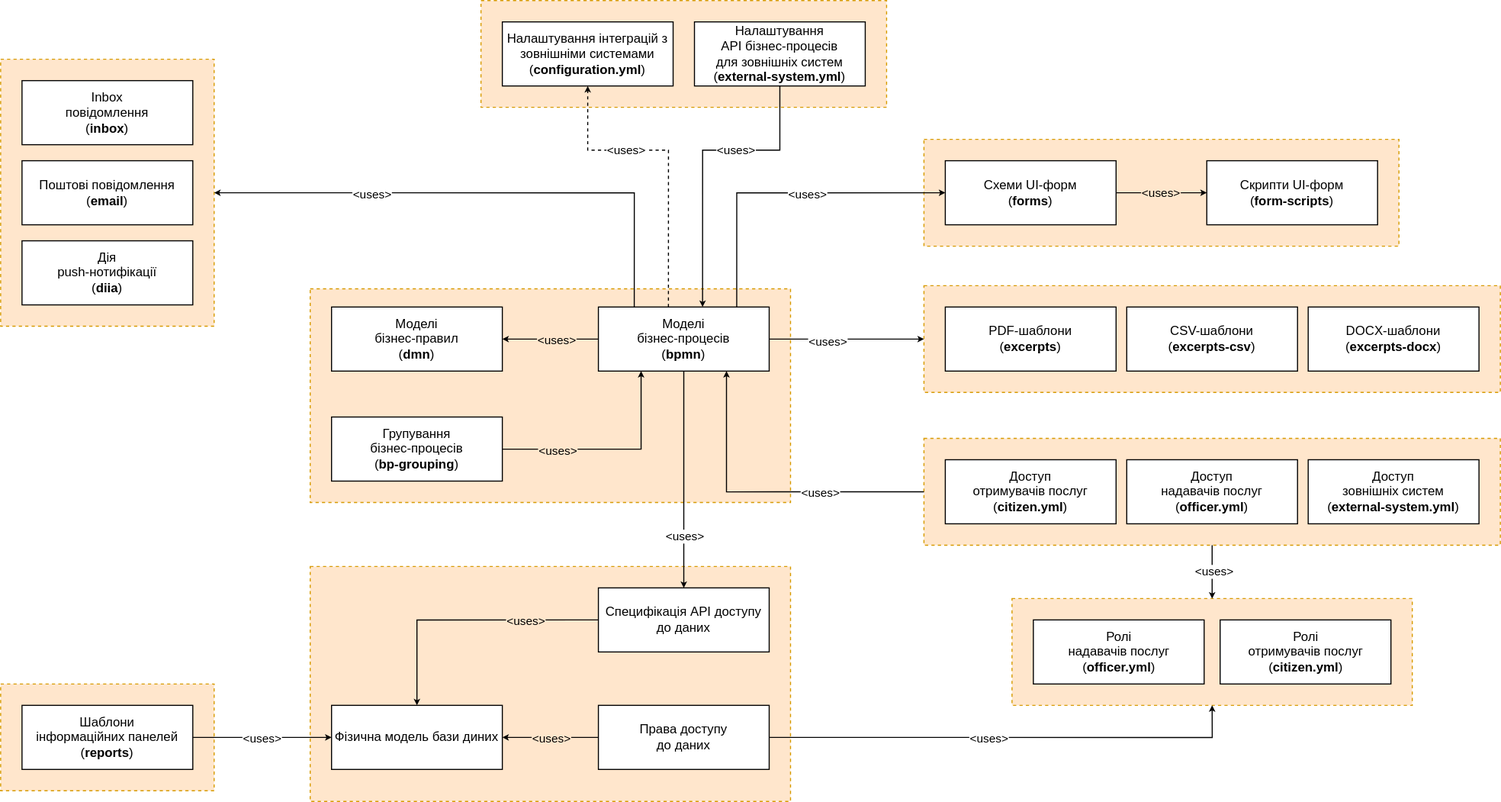
Before: docs/ua/modules/arch/images/architecture/registry/administrative/regulation-management/registry-regulation/regulation-dependencies.svg, a diagram exported from draw.io (epam/edp-ddm-architecture). Source tidied: cells renumbered, new cells last; positions are measured from the earlier drawing's top-left corner, leaving out a move shared by most shapes.
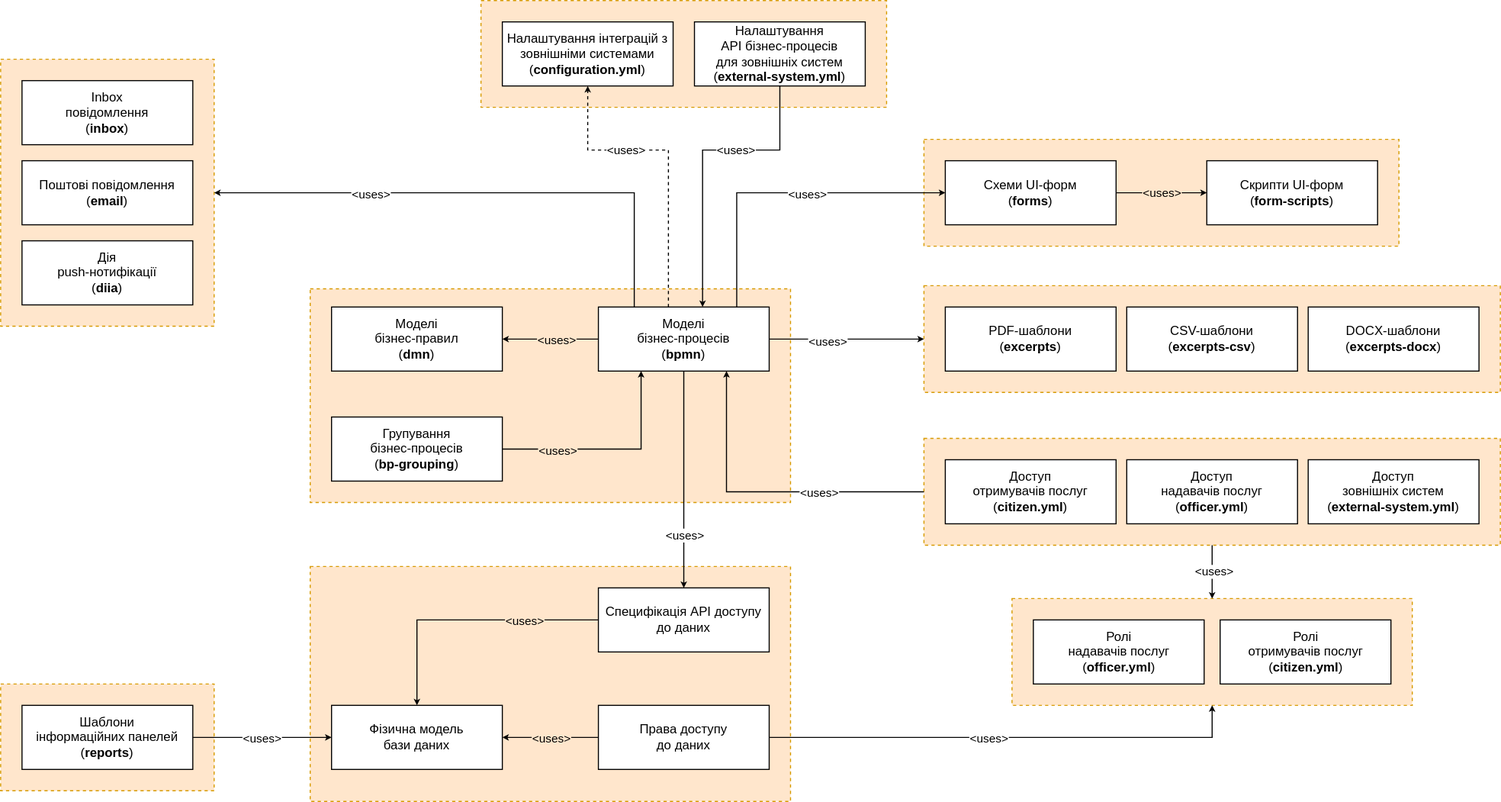
After the commit.

Commit message:
[EDP-DDM-22778] Registry regulation docs

Diff of the diagram source:
```diff
@@ -161,7 +161,7 @@
     <mxCell id="48" style="rounded=0;whiteSpace=wrap;html=1;labelPosition=center;verticalLabelPosition=top;align=center;verticalAlign=bottom;fillColor=#ffe6cc;strokeColor=#d79b00;dashed=1;" parent="1" vertex="1">
       <mxGeometry x="290" y="530" width="450" height="220" as="geometry" />
     </mxCell>
-    <mxCell id="49" value="Фізична модель бази диних" style="rounded=0;whiteSpace=wrap;html=1;" parent="1" vertex="1">
+    <mxCell id="49" value="Фізична модель &lt;br&gt;бази даних" style="rounded=0;whiteSpace=wrap;html=1;" parent="1" vertex="1">
       <mxGeometry x="310" y="660" width="160" height="60" as="geometry" />
     </mxCell>
     <mxCell id="50" style="edgeStyle=orthogonalEdgeStyle;rounded=0;jettySize=auto;html=1;entryX=0.5;entryY=0;entryDx=0;entryDy=0;exitX=0;exitY=0.5;exitDx=0;exitDy=0;endSize=3;startSize=3;" parent="1" edge="1" source="52" target="49">
```
